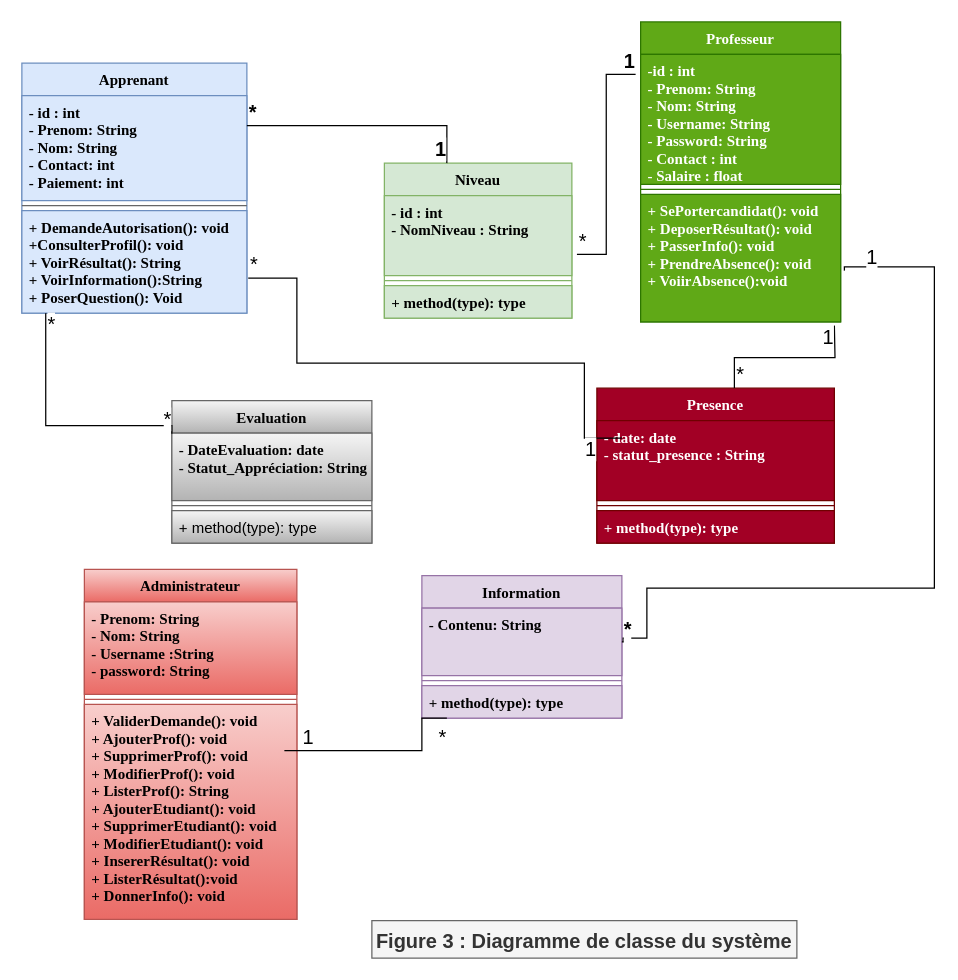
Earlier version of the draw.io diagram Diagramme sans nom.drawio (BachirSylla/Mon-memoire). Source tidied: cells renumbered, new cells numbered last; positions are measured from the earlier drawing's top-left corner, leaving out a move shared by most shapes. Both pictures are drawn from the tidied source at 125%, with x=0, y=0 at pixel (21, 21).
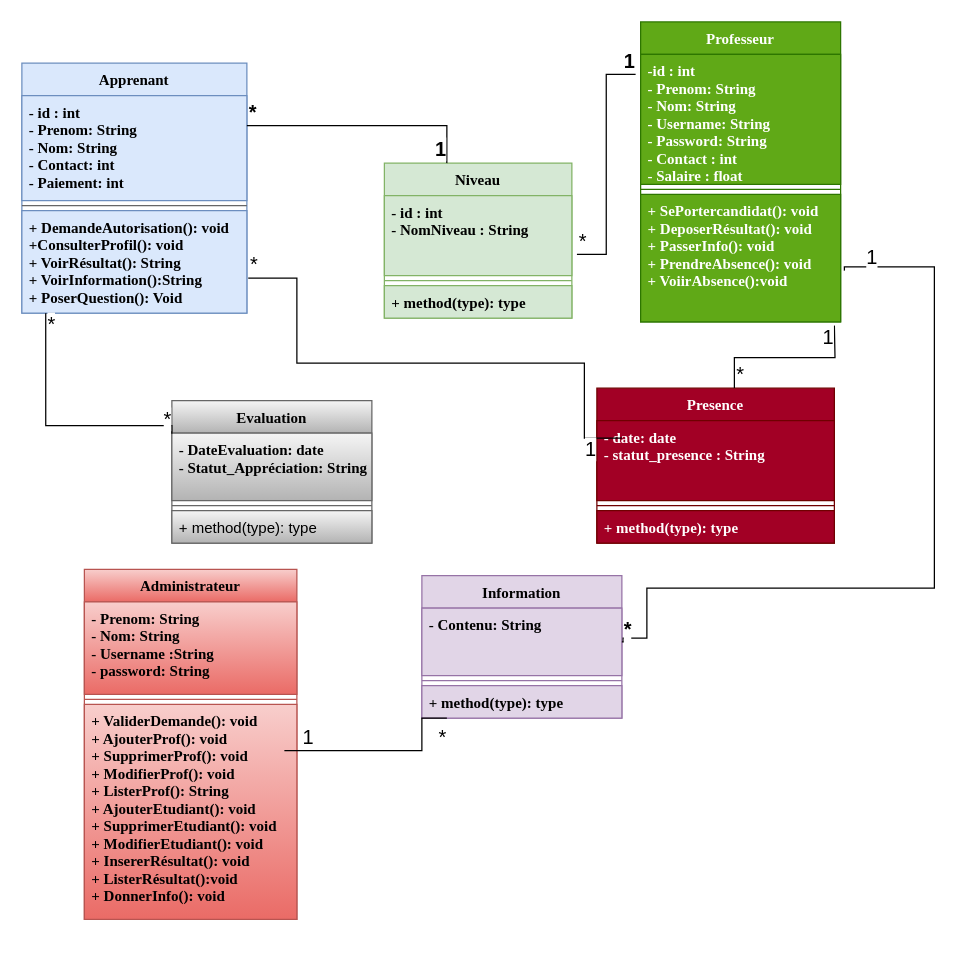
The same page after the edit.

Commit message:
Mettre à jour Diagramme sans nom.drawio

What changed in the source:
```diff
@@
-    <mxCell id="51" value="Figure 3 : Diagramme de classe du système" style="text;align=center;fontStyle=1;verticalAlign=middle;spacingLeft=3;spacingRight=3;fontSize=16;fillColor=#f5f5f5;fontColor=#333333;strokeColor=#666666;" parent="1" vertex="1">
-      <mxGeometry x="280" y="719" width="340" height="30" as="geometry" />
-    </mxCell>
```
